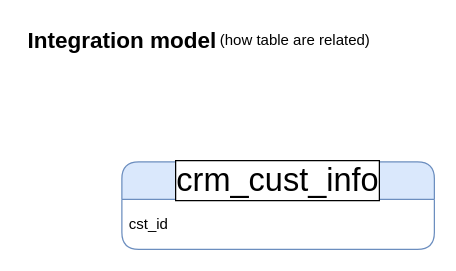
This is diagram/Untitled Diagram.drawio from noahq24/sql-data-warehouse-project, a draw.io file, before an edit. Source tidied: cells renumbered, new cells numbered last; positions are measured from the earlier drawing's top-left corner, leaving out a move shared by most shapes. Both pictures are drawn from the tidied source at 125%, with x=0, y=0 at pixel (21, 21).
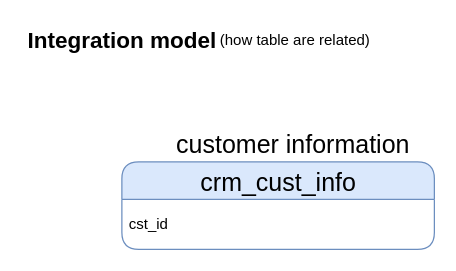
The same diagram, later.

Diff of the diagram source:
```diff
@@
 <mxGraphModel>
   <root>
     <mxCell id="0" />
     <mxCell id="1" parent="0" />
     <mxCell id="2" value="Integration model" style="text;html=1;align=center;verticalAlign=middle;strokeColor=none;fillColor=none;strokeWidth=5;fontSize=18;fontStyle=1;" parent="1" vertex="1">
       <mxGeometry width="160" height="30" as="geometry" />
     </mxCell>
     <mxCell id="3" value="(how table are related)&amp;nbsp;" style="text;html=1;align=center;verticalAlign=middle;strokeColor=none;fillColor=none;" parent="1" vertex="1">
       <mxGeometry x="145" width="150" height="30" as="geometry" />
     </mxCell>
-    <mxCell id="4" value="&lt;span&gt;crm_cust_info&lt;/span&gt;" style="swimlane;fontStyle=0;horizontal=1;startSize=30;whiteSpace=wrap;html=1;labelBackgroundColor=default;labelBorderColor=default;fillColor=#dae8fc;strokeColor=#6c8ebf;rounded=1;fontSize=26;" parent="1" vertex="1">
+    <mxCell id="4" value="&lt;font style=&quot;font-size: 20px;&quot;&gt;crm_cust_info&lt;/font&gt;" style="swimlane;fontStyle=0;horizontal=1;startSize=30;labelBackgroundColor=none;labelBorderColor=none;fillColor=#dae8fc;strokeColor=#6c8ebf;rounded=1;fontSize=26;html=1;" parent="1" vertex="1">
       <mxGeometry x="80" y="112" width="250" height="70" as="geometry" />
     </mxCell>
-    <mxCell id="5" value="cst_id" style="text;strokeColor=none;fillColor=none;align=left;verticalAlign=middle;spacingLeft=4;spacingRight=4;overflow=hidden;whiteSpace=wrap;html=1;" parent="4" vertex="1">
+    <mxCell id="5" value="cst_id" style="text;strokeColor=none;fillColor=none;align=left;verticalAlign=middle;spacingLeft=4;spacingRight=4;overflow=hidden;whiteSpace=wrap;" parent="4" vertex="1">
       <mxGeometry y="30" width="250" height="40" as="geometry" />
     </mxCell>
+    <mxCell id="6" value="customer information&amp;nbsp;" style="text;html=1;align=center;verticalAlign=middle;whiteSpace=wrap;rounded=0;fontSize=20;" parent="1" vertex="1">
+      <mxGeometry x="115" y="82" width="210" height="30" as="geometry" />
+    </mxCell>
   </root>
 </mxGraphModel>
```
